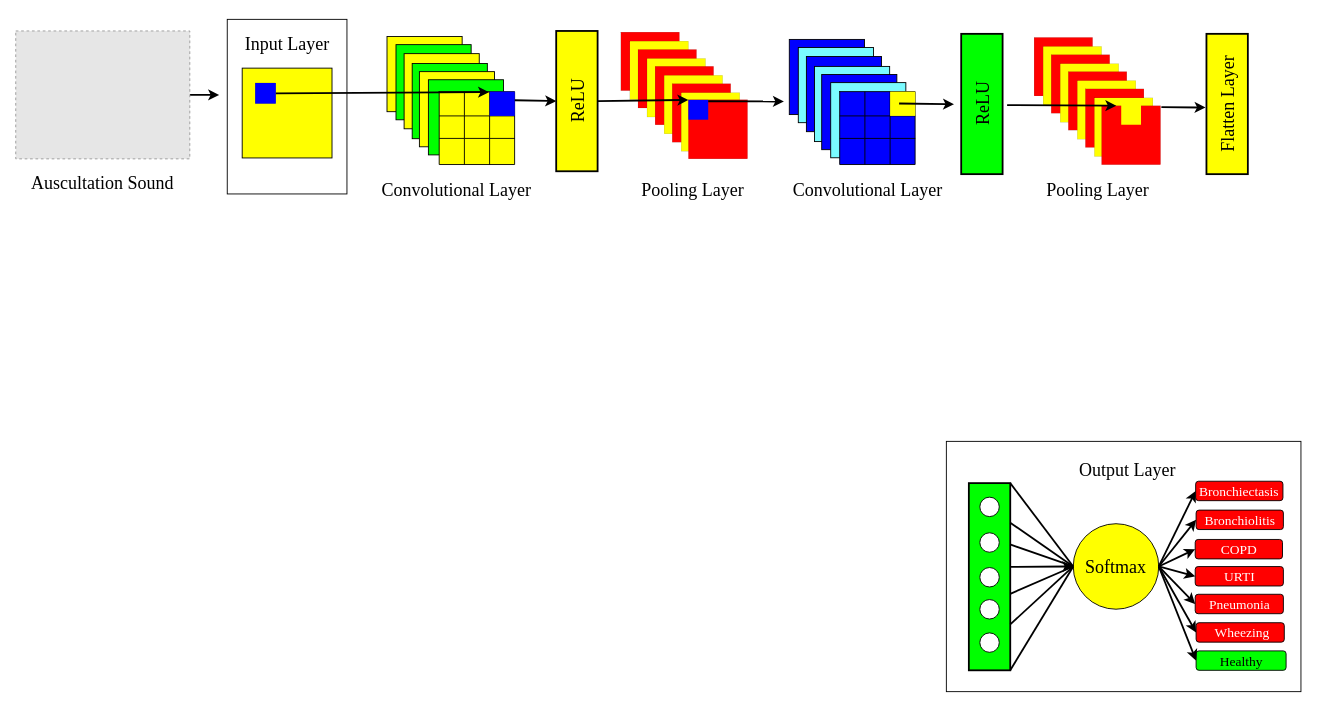
The draw.io diagram FYP.drawio in a3X3k/-Random-, before the edit. Source tidied: cells renumbered, new cells numbered last; positions are measured from the earlier drawing's top-left corner, leaving out a move shared by most shapes. Both pictures are drawn from the tidied source at 90%, with x=0, y=0 at pixel (15, 19). Pictures stored in the file or linked from it are replaced by grey dashed boxes.
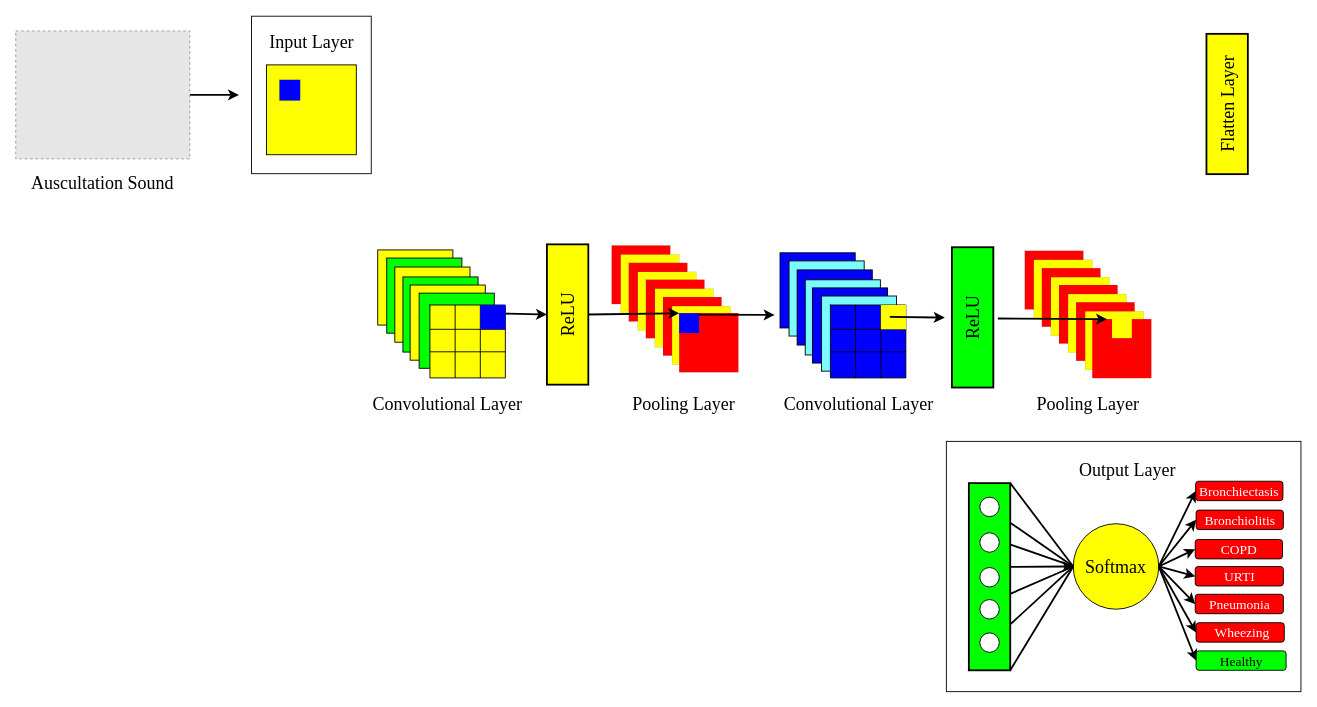
After the change.

Unchanged cells that the change refers to:
```xml
<mxCell id="5" style="fillColor=#E6E6E6;strokeColor=#999999;dashed=1;verticalLabelPosition=bottom;labelBackgroundColor=default;verticalAlign=top;fontSize=20;" parent="1" vertex="1">
  <mxGeometry y="12.9" width="193.4" height="142.1" as="geometry" />
</mxCell>
<mxCell id="25" style="shape=tableRow;horizontal=0;startSize=0;swimlaneHead=0;swimlaneBody=0;top=0;left=0;bottom=0;right=0;fillColor=none;points=[[0,0.5],[1,0.5]];portConstraint=eastwest;rounded=0;shadow=0;glass=0;sketch=0;fillStyle=auto;strokeColor=#000000;strokeWidth=3;opacity=10;fontSize=20;" parent="24" vertex="1">
  <mxGeometry width="83.8" height="27" as="geometry" />
</mxCell>
```

What changed in the source:
```diff
@@
     <mxCell id="3" style="rounded=0;whiteSpace=wrap;html=1;shadow=0;glass=0;sketch=0;fillStyle=auto;strokeColor=#000000;strokeWidth=1;fontFamily=Times New Roman;fontSize=20;fillColor=#FFFFFF;gradientColor=none;" parent="1" vertex="1">
-      <mxGeometry x="235" width="133" height="194" as="geometry" />
+      <mxGeometry x="262" y="-3.5" width="133" height="175" as="geometry" />
     </mxCell>
     <mxCell id="4" style="edgeStyle=orthogonalEdgeStyle;jettySize=auto;html=1;exitX=1;exitY=0.5;exitDx=0;exitDy=0;strokeWidth=2;fontFamily=Times New Roman;fontSize=20;rounded=0;" parent="1" edge="1" source="5">
       <mxGeometry relative="1" as="geometry">
-        <mxPoint x="226" y="84" as="targetPoint" />
+        <mxPoint x="248" y="84" as="targetPoint" />
       </mxGeometry>
     </mxCell>
@@
     <mxCell id="6" style="whiteSpace=wrap;html=1;fillColor=#FFFF00;shadow=0;strokeColor=#000000;rounded=0;sketch=0;glass=0;strokeWidth=1;fillStyle=auto;perimeterSpacing=0;fontSize=20;" parent="1" vertex="1">
-      <mxGeometry x="251.6" y="54.2" width="99.8" height="99.8" as="geometry" />
+      <mxGeometry x="278.6" y="50.6" width="99.8" height="99.8" as="geometry" />
     </mxCell>
     <mxCell id="7" style="whiteSpace=wrap;html=1;rounded=0;shadow=0;glass=0;sketch=0;fillStyle=auto;strokeColor=#000000;strokeWidth=0;fillColor=#0000FF;fontSize=20;" parent="1" vertex="1">
-      <mxGeometry x="266" y="70.7" width="23" height="23" as="geometry" />
+      <mxGeometry x="293" y="67.2" width="23" height="23" as="geometry" />
     </mxCell>
     <mxCell id="8" style="whiteSpace=wrap;html=1;fillColor=#FFFF00;shadow=0;strokeColor=#000000;rounded=0;sketch=0;glass=0;strokeWidth=1;fillStyle=auto;perimeterSpacing=0;fontSize=20;" parent="1" vertex="1">
-      <mxGeometry x="412.5" y="19.1" width="83.5" height="83.5" as="geometry" />
+      <mxGeometry x="402.2" y="256.2" width="83.5" height="83.5" as="geometry" />
     </mxCell>
     <mxCell id="9" style="whiteSpace=wrap;html=1;fillColor=#00ff00;shadow=0;strokeColor=#000000;rounded=0;sketch=0;glass=0;strokeWidth=1;fillStyle=auto;perimeterSpacing=0;fontSize=20;" parent="1" vertex="1">
-      <mxGeometry x="422.5" y="28.1" width="83.5" height="83.5" as="geometry" />
+      <mxGeometry x="412.2" y="265.2" width="83.5" height="83.5" as="geometry" />
     </mxCell>
     <mxCell id="10" style="whiteSpace=wrap;html=1;fillColor=#FFFF00;shadow=0;strokeColor=#000000;rounded=0;sketch=0;glass=0;strokeWidth=1;fillStyle=auto;perimeterSpacing=0;fontSize=20;" parent="1" vertex="1">
-      <mxGeometry x="431.5" y="38.1" width="83.5" height="83.5" as="geometry" />
+      <mxGeometry x="421.2" y="275.2" width="83.5" height="83.5" as="geometry" />
     </mxCell>
     <mxCell id="11" style="whiteSpace=wrap;html=1;fillColor=#00ff00;shadow=0;strokeColor=#000000;rounded=0;sketch=0;glass=0;strokeWidth=1;fillStyle=auto;perimeterSpacing=0;fontSize=20;" parent="1" vertex="1">
-      <mxGeometry x="440.5" y="49.1" width="83.5" height="83.5" as="geometry" />
+      <mxGeometry x="430.2" y="286.2" width="83.5" height="83.5" as="geometry" />
     </mxCell>
     <mxCell id="12" style="whiteSpace=wrap;html=1;fillColor=#FFFF00;shadow=0;strokeColor=#000000;rounded=0;sketch=0;glass=0;strokeWidth=1;fillStyle=auto;perimeterSpacing=0;fontSize=20;" parent="1" vertex="1">
-      <mxGeometry x="448.5" y="58.1" width="83.5" height="83.5" as="geometry" />
+      <mxGeometry x="438.2" y="295.2" width="83.5" height="83.5" as="geometry" />
     </mxCell>
     <mxCell id="13" style="whiteSpace=wrap;html=1;fillColor=#00ff00;shadow=0;strokeColor=#000000;rounded=0;sketch=0;glass=0;strokeWidth=1;fillStyle=auto;perimeterSpacing=0;fontSize=20;" parent="1" vertex="1">
-      <mxGeometry x="458.5" y="67.1" width="83.5" height="83.5" as="geometry" />
+      <mxGeometry x="448.2" y="304.2" width="83.5" height="83.5" as="geometry" />
     </mxCell>
     <mxCell id="14" style="whiteSpace=wrap;html=1;rounded=0;shadow=0;glass=0;sketch=0;fillStyle=auto;strokeColor=#000000;strokeWidth=0;fillColor=#FF0000;fontSize=20;" parent="1" vertex="1">
-      <mxGeometry x="672.4" y="14.2" width="65" height="65" as="geometry" />
+      <mxGeometry x="662.2" y="251.3" width="65" height="65" as="geometry" />
     </mxCell>
     <mxCell id="15" style="whiteSpace=wrap;html=1;rounded=0;shadow=0;glass=0;sketch=0;fillStyle=auto;strokeColor=#000000;strokeWidth=0;fillColor=#FFFF00;fontSize=20;" parent="1" vertex="1">
-      <mxGeometry x="682.4" y="24.2" width="65" height="65" as="geometry" />
+      <mxGeometry x="672.2" y="261.3" width="65" height="65" as="geometry" />
     </mxCell>
     <mxCell id="16" style="whiteSpace=wrap;html=1;rounded=0;shadow=0;glass=0;sketch=0;fillStyle=auto;strokeColor=#000000;strokeWidth=0;fillColor=#FF0000;fontSize=20;" parent="1" vertex="1">
-      <mxGeometry x="691.4" y="33.5" width="65" height="65" as="geometry" />
+      <mxGeometry x="681.2" y="270.6" width="65" height="65" as="geometry" />
     </mxCell>
     <mxCell id="17" style="whiteSpace=wrap;html=1;rounded=0;shadow=0;glass=0;sketch=0;fillStyle=auto;strokeColor=#000000;strokeWidth=0;fillColor=#FFFF00;fontSize=20;" parent="1" vertex="1">
-      <mxGeometry x="701.4" y="43.5" width="65" height="65" as="geometry" />
+      <mxGeometry x="691.2" y="280.6" width="65" height="65" as="geometry" />
     </mxCell>
     <mxCell id="18" style="whiteSpace=wrap;html=1;rounded=0;shadow=0;glass=0;sketch=0;fillStyle=auto;strokeColor=#000000;strokeWidth=0;fillColor=#FF0000;fontSize=20;" parent="1" vertex="1">
-      <mxGeometry x="710.4" y="52.2" width="65" height="65" as="geometry" />
+      <mxGeometry x="700.2" y="289.3" width="65" height="65" as="geometry" />
     </mxCell>
     <mxCell id="19" style="whiteSpace=wrap;html=1;rounded=0;shadow=0;glass=0;sketch=0;fillStyle=auto;strokeColor=#000000;strokeWidth=0;fillColor=#FFFF00;fontSize=20;" parent="1" vertex="1">
-      <mxGeometry x="720.4" y="62.2" width="65" height="65" as="geometry" />
+      <mxGeometry x="710.2" y="299.3" width="65" height="65" as="geometry" />
     </mxCell>
     <mxCell id="20" style="whiteSpace=wrap;html=1;rounded=0;shadow=0;glass=0;sketch=0;fillStyle=auto;strokeColor=#000000;strokeWidth=0;fillColor=#FF0000;fontSize=20;" parent="1" vertex="1">
-      <mxGeometry x="729.4" y="71.5" width="65" height="65" as="geometry" />
+      <mxGeometry x="719.2" y="308.6" width="65" height="65" as="geometry" />
     </mxCell>
     <mxCell id="21" style="whiteSpace=wrap;html=1;rounded=0;shadow=0;glass=0;sketch=0;fillStyle=auto;strokeColor=#000000;strokeWidth=0;fillColor=#FFFF00;fontSize=20;" parent="1" vertex="1">
-      <mxGeometry x="739.4" y="81.5" width="65" height="65" as="geometry" />
+      <mxGeometry x="729.2" y="318.6" width="65" height="65" as="geometry" />
     </mxCell>
     <mxCell id="22" style="whiteSpace=wrap;html=1;rounded=0;shadow=0;glass=0;sketch=0;fillStyle=auto;strokeColor=#000000;strokeWidth=0;fillColor=#FF0000;fontSize=20;" parent="1" vertex="1">
-      <mxGeometry x="747.4" y="89.3" width="65.7" height="65.7" as="geometry" />
+      <mxGeometry x="737.2" y="326.4" width="65.7" height="65.7" as="geometry" />
     </mxCell>
     <mxCell id="23" style="whiteSpace=wrap;html=1;rounded=0;shadow=0;glass=0;sketch=0;fillStyle=auto;strokeColor=none;strokeWidth=0;fillColor=#0000FF;fontSize=20;" parent="1" vertex="1">
-      <mxGeometry x="747.4" y="89.5" width="22" height="22" as="geometry" />
+      <mxGeometry x="737.2" y="326.6" width="22" height="22" as="geometry" />
     </mxCell>
     <mxCell id="24" style="shape=table;html=1;whiteSpace=wrap;startSize=0;childLayout=tableLayout;rounded=0;shadow=0;glass=0;sketch=0;fillStyle=auto;strokeColor=#000000;strokeWidth=1;fillColor=#FFFF00;gradientColor=none;swimlaneFillColor=none;fontSize=20;" parent="1" vertex="1">
-      <mxGeometry x="470.5" y="80.3" width="83.8" height="81" as="geometry" />
+      <mxGeometry x="460.2" y="317.4" width="83.8" height="81" as="geometry" />
     </mxCell>
@@
     <mxCell id="37" value="ReLU" style="rounded=0;whiteSpace=wrap;html=1;shadow=0;glass=0;sketch=0;fillStyle=auto;strokeColor=#000000;strokeWidth=2;fillColor=#FFFF00;gradientColor=none;direction=south;textDirection=ltr;horizontal=0;fontFamily=Times New Roman;fontSize=20;" parent="1" vertex="1">
-      <mxGeometry x="600.5" y="12.9" width="46" height="155.9" as="geometry" />
+      <mxGeometry x="590.2" y="250" width="46" height="155.9" as="geometry" />
     </mxCell>
@@
     <mxCell id="40" value="Input Layer" style="text;html=1;strokeColor=none;fillColor=none;align=center;verticalAlign=middle;whiteSpace=wrap;rounded=0;shadow=0;glass=0;sketch=0;fillStyle=auto;strokeWidth=1;fontFamily=Times New Roman;fontSize=20;" parent="1" vertex="1">
-      <mxGeometry x="249.5" y="12.1" width="104" height="30" as="geometry" />
+      <mxGeometry x="276.5" y="8.5" width="104" height="30" as="geometry" />
     </mxCell>
@@
     <mxCell id="42" value="Convolutional Layer" style="text;html=1;strokeColor=none;fillColor=none;align=center;verticalAlign=middle;whiteSpace=wrap;rounded=0;shadow=0;glass=0;sketch=0;fillStyle=auto;strokeWidth=1;fontFamily=Times New Roman;fontSize=20;" parent="1" vertex="1">
-      <mxGeometry x="405.2" y="174.4" width="170" height="30" as="geometry" />
+      <mxGeometry x="395" y="411.5" width="170" height="30" as="geometry" />
     </mxCell>
     <mxCell id="43" value="Pooling Layer" style="text;html=1;strokeColor=none;fillColor=none;align=center;verticalAlign=middle;whiteSpace=wrap;rounded=0;shadow=0;glass=0;sketch=0;fillStyle=auto;strokeWidth=1;fontFamily=Times New Roman;fontSize=20;" parent="1" vertex="1">
-      <mxGeometry x="673.4" y="174.4" width="159" height="30" as="geometry" />
+      <mxGeometry x="663.2" y="411.5" width="159" height="30" as="geometry" />
     </mxCell>
-    <mxCell id="44" style="endArrow=classic;html=1;rounded=0;strokeWidth=2;fontFamily=Times New Roman;fontSize=20;exitX=1;exitY=0.5;exitDx=0;exitDy=0;entryX=0.661;entryY=0.022;entryDx=0;entryDy=0;entryPerimeter=0;" parent="1" edge="1" source="7" target="25">
-      <mxGeometry relative="1" as="geometry" />
-    </mxCell>
     <mxCell id="45" style="endArrow=classic;html=1;rounded=0;strokeWidth=2;fontFamily=Times New Roman;fontSize=20;entryX=0.5;entryY=1;entryDx=0;entryDy=0;" parent="1" edge="1" target="37">
       <mxGeometry relative="1" as="geometry">
-        <mxPoint x="554.5" y="89.9" as="sourcePoint" />
+        <mxPoint x="544.2" y="327" as="sourcePoint" />
       </mxGeometry>
     </mxCell>
@@
     <mxCell id="47" style="endArrow=classic;html=1;rounded=0;strokeWidth=2;fontFamily=Times New Roman;fontSize=20;exitX=1;exitY=0;exitDx=0;exitDy=0;" parent="1" edge="1">
       <mxGeometry relative="1" as="geometry">
-        <mxPoint x="769.4" y="91" as="sourcePoint" />
-        <mxPoint x="853.5" y="91.3" as="targetPoint" />
+        <mxPoint x="759.2" y="328.1" as="sourcePoint" />
+        <mxPoint x="843.2" y="328.4" as="targetPoint" />
       </mxGeometry>
     </mxCell>
@@
     <mxCell id="75" style="whiteSpace=wrap;html=1;fillColor=#0000FF;shadow=0;strokeColor=#000000;rounded=0;sketch=0;glass=0;strokeWidth=1;fillStyle=auto;perimeterSpacing=0;fontSize=20;" parent="1" vertex="1">
-      <mxGeometry x="859.5" y="22.3" width="83.5" height="83.5" as="geometry" />
+      <mxGeometry x="849.2" y="259.4" width="83.5" height="83.5" as="geometry" />
     </mxCell>
     <mxCell id="76" style="whiteSpace=wrap;html=1;fillColor=#7AFBFF;shadow=0;strokeColor=#000000;rounded=0;sketch=0;glass=0;strokeWidth=1;fillStyle=auto;perimeterSpacing=0;fontSize=20;" parent="1" vertex="1">
-      <mxGeometry x="869.5" y="31.3" width="83.5" height="83.5" as="geometry" />
+      <mxGeometry x="859.2" y="268.4" width="83.5" height="83.5" as="geometry" />
     </mxCell>
     <mxCell id="77" style="whiteSpace=wrap;html=1;fillColor=#0000FF;shadow=0;strokeColor=#000000;rounded=0;sketch=0;glass=0;strokeWidth=1;fillStyle=auto;perimeterSpacing=0;fontSize=20;" parent="1" vertex="1">
-      <mxGeometry x="878.5" y="41.3" width="83.5" height="83.5" as="geometry" />
+      <mxGeometry x="868.2" y="278.4" width="83.5" height="83.5" as="geometry" />
     </mxCell>
     <mxCell id="78" style="whiteSpace=wrap;html=1;fillColor=#7AFBFF;shadow=0;strokeColor=#000000;rounded=0;sketch=0;glass=0;strokeWidth=1;fillStyle=auto;perimeterSpacing=0;fontSize=20;" parent="1" vertex="1">
-      <mxGeometry x="887.5" y="52.3" width="83.5" height="83.5" as="geometry" />
+      <mxGeometry x="877.2" y="289.4" width="83.5" height="83.5" as="geometry" />
     </mxCell>
     <mxCell id="79" style="whiteSpace=wrap;html=1;fillColor=#0000FF;shadow=0;strokeColor=#000000;rounded=0;sketch=0;glass=0;strokeWidth=1;fillStyle=auto;perimeterSpacing=0;fontSize=20;" parent="1" vertex="1">
-      <mxGeometry x="895.5" y="61.3" width="83.5" height="83.5" as="geometry" />
+      <mxGeometry x="885.2" y="298.4" width="83.5" height="83.5" as="geometry" />
     </mxCell>
     <mxCell id="80" style="whiteSpace=wrap;html=1;fillColor=#7AFBFF;shadow=0;strokeColor=#000000;rounded=0;sketch=0;glass=0;strokeWidth=1;fillStyle=auto;perimeterSpacing=0;fontSize=20;" parent="1" vertex="1">
-      <mxGeometry x="905.5" y="70.3" width="83.5" height="83.5" as="geometry" />
+      <mxGeometry x="895.2" y="307.4" width="83.5" height="83.5" as="geometry" />
     </mxCell>
     <mxCell id="81" style="shape=table;html=1;whiteSpace=wrap;startSize=0;childLayout=tableLayout;rounded=0;shadow=0;glass=0;sketch=0;fillStyle=auto;strokeColor=#000000;strokeWidth=1;fillColor=#0000FF;gradientColor=none;swimlaneFillColor=none;fontSize=20;" parent="1" vertex="1">
-      <mxGeometry x="915.5" y="80.3" width="83.8" height="81" as="geometry" />
+      <mxGeometry x="905.2" y="317.4" width="83.8" height="81" as="geometry" />
     </mxCell>
@@
     <mxCell id="94" value="Convolutional Layer" style="text;html=1;strokeColor=none;fillColor=none;align=center;verticalAlign=middle;whiteSpace=wrap;rounded=0;shadow=0;glass=0;sketch=0;fillStyle=auto;strokeWidth=1;fontFamily=Times New Roman;fontSize=20;" parent="1" vertex="1">
-      <mxGeometry x="862.2" y="174.4" width="170" height="30" as="geometry" />
+      <mxGeometry x="852" y="411.5" width="170" height="30" as="geometry" />
     </mxCell>
     <mxCell id="95" value="ReLU" style="rounded=0;whiteSpace=wrap;html=1;shadow=0;glass=0;sketch=0;fillStyle=auto;strokeColor=#000000;strokeWidth=2;fillColor=#00FF00;gradientColor=none;direction=south;textDirection=ltr;horizontal=0;fontFamily=Times New Roman;fontSize=20;" parent="1" vertex="1">
-      <mxGeometry x="1050.5" y="16.1" width="46" height="155.9" as="geometry" />
+      <mxGeometry x="1040.2" y="253.2" width="46" height="155.9" as="geometry" />
     </mxCell>
     <mxCell id="96" style="endArrow=classic;html=1;rounded=0;strokeWidth=2;fontFamily=Times New Roman;fontSize=20;exitX=1;exitY=0;exitDx=0;exitDy=0;" parent="1" edge="1">
       <mxGeometry relative="1" as="geometry">
-        <mxPoint x="981.5" y="93.5" as="sourcePoint" />
-        <mxPoint x="1042.5" y="94.3" as="targetPoint" />
+        <mxPoint x="971.2" y="330.6" as="sourcePoint" />
+        <mxPoint x="1032.2" y="331.4" as="targetPoint" />
       </mxGeometry>
     </mxCell>
     <mxCell id="97" style="whiteSpace=wrap;html=1;rounded=0;shadow=0;glass=0;sketch=0;fillStyle=auto;strokeColor=#000000;strokeWidth=0;fillColor=#FF0000;fontSize=20;" parent="1" vertex="1">
-      <mxGeometry x="1131.5" y="20.1" width="65" height="65" as="geometry" />
+      <mxGeometry x="1121.2" y="257.2" width="65" height="65" as="geometry" />
     </mxCell>
     <mxCell id="98" style="whiteSpace=wrap;html=1;rounded=0;shadow=0;glass=0;sketch=0;fillStyle=auto;strokeColor=#000000;strokeWidth=0;fillColor=#FFFF00;fontSize=20;" parent="1" vertex="1">
-      <mxGeometry x="1141.5" y="30.1" width="65" height="65" as="geometry" />
+      <mxGeometry x="1131.2" y="267.2" width="65" height="65" as="geometry" />
     </mxCell>
     <mxCell id="99" style="whiteSpace=wrap;html=1;rounded=0;shadow=0;glass=0;sketch=0;fillStyle=auto;strokeColor=#000000;strokeWidth=0;fillColor=#FF0000;fontSize=20;" parent="1" vertex="1">
-      <mxGeometry x="1150.5" y="39.3" width="65" height="65" as="geometry" />
+      <mxGeometry x="1140.2" y="276.5" width="65" height="65" as="geometry" />
     </mxCell>
     <mxCell id="100" style="whiteSpace=wrap;html=1;rounded=0;shadow=0;glass=0;sketch=0;fillStyle=auto;strokeColor=#000000;strokeWidth=0;fillColor=#FFFF00;fontSize=20;" parent="1" vertex="1">
-      <mxGeometry x="1160.5" y="49.3" width="65" height="65" as="geometry" />
+      <mxGeometry x="1150.2" y="286.5" width="65" height="65" as="geometry" />
     </mxCell>
     <mxCell id="101" style="whiteSpace=wrap;html=1;rounded=0;shadow=0;glass=0;sketch=0;fillStyle=auto;strokeColor=#000000;strokeWidth=0;fillColor=#FF0000;fontSize=20;" parent="1" vertex="1">
-      <mxGeometry x="1169.5" y="58.1" width="65" height="65" as="geometry" />
+      <mxGeometry x="1159.2" y="295.2" width="65" height="65" as="geometry" />
     </mxCell>
     <mxCell id="102" style="whiteSpace=wrap;html=1;rounded=0;shadow=0;glass=0;sketch=0;fillStyle=auto;strokeColor=#000000;strokeWidth=0;fillColor=#FFFF00;fontSize=20;" parent="1" vertex="1">
-      <mxGeometry x="1179.5" y="68.1" width="65" height="65" as="geometry" />
+      <mxGeometry x="1169.2" y="305.2" width="65" height="65" as="geometry" />
     </mxCell>
     <mxCell id="103" style="whiteSpace=wrap;html=1;rounded=0;shadow=0;glass=0;sketch=0;fillStyle=auto;strokeColor=#000000;strokeWidth=0;fillColor=#FF0000;fontSize=20;" parent="1" vertex="1">
-      <mxGeometry x="1188.5" y="77.3" width="65" height="65" as="geometry" />
+      <mxGeometry x="1178.2" y="314.4" width="65" height="65" as="geometry" />
     </mxCell>
     <mxCell id="104" style="whiteSpace=wrap;html=1;rounded=0;shadow=0;glass=0;sketch=0;fillStyle=auto;strokeColor=#000000;strokeWidth=0;fillColor=#FFFF00;fontSize=20;" parent="1" vertex="1">
-      <mxGeometry x="1198.5" y="87.3" width="65" height="65" as="geometry" />
+      <mxGeometry x="1188.2" y="324.4" width="65" height="65" as="geometry" />
     </mxCell>
     <mxCell id="105" style="whiteSpace=wrap;html=1;rounded=0;shadow=0;glass=0;sketch=0;fillStyle=auto;strokeColor=#000000;strokeWidth=0;fillColor=#FF0000;fontSize=20;" parent="1" vertex="1">
-      <mxGeometry x="1206.5" y="96" width="65.5" height="65.5" as="geometry" />
+      <mxGeometry x="1196.2" y="333.1" width="65.5" height="65.5" as="geometry" />
     </mxCell>
     <mxCell id="106" style="whiteSpace=wrap;html=1;rounded=0;shadow=0;glass=0;sketch=0;fillStyle=auto;strokeColor=none;strokeWidth=0;fillColor=#FFFF00;fontSize=20;" parent="1" vertex="1">
-      <mxGeometry x="1228.3" y="95.1" width="22" height="22" as="geometry" />
+      <mxGeometry x="1218.1" y="332.2" width="22" height="22" as="geometry" />
     </mxCell>
     <mxCell id="107" style="endArrow=classic;html=1;rounded=0;strokeWidth=2;fontFamily=Times New Roman;fontSize=20;entryX=0.25;entryY=0;entryDx=0;entryDy=0;" parent="1" edge="1" target="105">
       <mxGeometry relative="1" as="geometry">
-        <mxPoint x="1101.5" y="95.3" as="sourcePoint" />
+        <mxPoint x="1091.2" y="332.4" as="sourcePoint" />
       </mxGeometry>
     </mxCell>
     <mxCell id="108" value="Pooling Layer" style="text;html=1;strokeColor=none;fillColor=none;align=center;verticalAlign=middle;whiteSpace=wrap;rounded=0;shadow=0;glass=0;sketch=0;fillStyle=auto;strokeWidth=1;fontFamily=Times New Roman;fontSize=20;" parent="1" vertex="1">
-      <mxGeometry x="1122.5" y="174.4" width="159" height="30" as="geometry" />
+      <mxGeometry x="1112.2" y="411.5" width="159" height="30" as="geometry" />
     </mxCell>
@@
-    <mxCell id="110" style="endArrow=classic;html=1;rounded=0;strokeWidth=2;fontFamily=Times New Roman;fontSize=20;exitX=1;exitY=0;exitDx=0;exitDy=0;" parent="1" edge="1">
-      <mxGeometry relative="1" as="geometry">
-        <mxPoint x="1272.9" y="97.5" as="sourcePoint" />
-        <mxPoint x="1322" y="98" as="targetPoint" />
-      </mxGeometry>
-    </mxCell>
```
